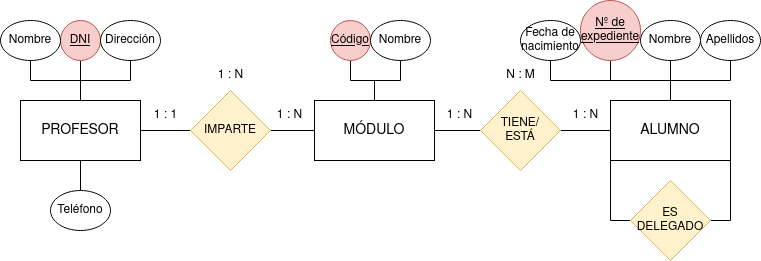
Earlier version of the draw.io export Unidad-2/Tareas/Tarea-5/images/Diagrama-tarea-5.drawio.png (IsaiasTolP/Base-Datos). Source tidied: cells renumbered, new cells last; positions are measured from the earlier drawing's top-left corner, leaving out a move shared by most shapes. Its diagram source:
```xml
<mxGraphModel>
  <root>
    <mxCell id="0" />
    <mxCell id="1" parent="0" />
    <mxCell id="2" value="MÓDULO" style="rounded=0;whiteSpace=wrap;html=1;fontSize=14;" parent="1" vertex="1">
      <mxGeometry x="314" y="100" width="120" height="60" as="geometry" />
    </mxCell>
    <mxCell id="3" value="PROFESOR" style="rounded=0;whiteSpace=wrap;html=1;fontSize=14;" parent="1" vertex="1">
      <mxGeometry x="20" y="100" width="120" height="60" as="geometry" />
    </mxCell>
    <mxCell id="4" style="edgeStyle=orthogonalEdgeStyle;rounded=0;jettySize=auto;html=1;exitX=1;exitY=1;exitDx=0;exitDy=0;entryX=1;entryY=0.5;entryDx=0;entryDy=0;endArrow=none;endFill=0;" parent="1" edge="1" source="6" target="39">
      <mxGeometry relative="1" as="geometry">
        <Array as="points">
          <mxPoint x="730" y="220" />
        </Array>
      </mxGeometry>
    </mxCell>
    <mxCell id="5" style="edgeStyle=orthogonalEdgeStyle;rounded=0;jettySize=auto;html=1;exitX=0;exitY=1;exitDx=0;exitDy=0;entryX=0;entryY=0.5;entryDx=0;entryDy=0;endArrow=none;endFill=0;" parent="1" edge="1" source="6" target="39">
      <mxGeometry relative="1" as="geometry" />
    </mxCell>
    <mxCell id="6" value="ALUMNO" style="rounded=0;whiteSpace=wrap;html=1;fontSize=14;" parent="1" vertex="1">
      <mxGeometry x="610" y="100" width="120" height="60" as="geometry" />
    </mxCell>
    <mxCell id="7" style="edgeStyle=orthogonalEdgeStyle;rounded=0;jettySize=auto;html=1;endArrow=none;endFill=0;" parent="1" edge="1" source="9" target="6">
      <mxGeometry relative="1" as="geometry" />
    </mxCell>
    <mxCell id="8" style="edgeStyle=orthogonalEdgeStyle;rounded=0;jettySize=auto;html=1;endArrow=none;endFill=0;" parent="1" edge="1" source="9" target="2">
      <mxGeometry relative="1" as="geometry" />
    </mxCell>
    <mxCell id="9" value="TIENE/&lt;br&gt;ESTÁ" style="rhombus;whiteSpace=wrap;html=1;fillColor=#fff2cc;strokeColor=#d6b656;" parent="1" vertex="1">
      <mxGeometry x="480" y="90" width="80" height="80" as="geometry" />
    </mxCell>
    <mxCell id="10" style="edgeStyle=orthogonalEdgeStyle;rounded=0;jettySize=auto;html=1;endArrow=none;endFill=0;" parent="1" edge="1" source="12" target="2">
      <mxGeometry relative="1" as="geometry" />
    </mxCell>
    <mxCell id="11" style="edgeStyle=orthogonalEdgeStyle;rounded=0;jettySize=auto;html=1;endArrow=none;endFill=0;" parent="1" edge="1" source="12" target="3">
      <mxGeometry relative="1" as="geometry" />
    </mxCell>
    <mxCell id="12" value="IMPARTE" style="rhombus;whiteSpace=wrap;html=1;fillColor=#fff2cc;strokeColor=#d6b656;" parent="1" vertex="1">
      <mxGeometry x="190" y="90" width="80" height="80" as="geometry" />
    </mxCell>
    <mxCell id="13" style="edgeStyle=orthogonalEdgeStyle;rounded=0;jettySize=auto;html=1;endArrow=none;endFill=0;" parent="1" edge="1" source="14" target="3">
      <mxGeometry relative="1" as="geometry" />
    </mxCell>
    <mxCell id="14" value="DNI" style="ellipse;whiteSpace=wrap;html=1;fillColor=#f8cecc;strokeColor=#b85450;fontStyle=4;" parent="1" vertex="1">
      <mxGeometry x="60" y="20" width="40" height="40" as="geometry" />
    </mxCell>
    <mxCell id="15" style="edgeStyle=orthogonalEdgeStyle;rounded=0;jettySize=auto;html=1;endArrow=none;endFill=0;" parent="1" edge="1" source="16" target="3">
      <mxGeometry relative="1" as="geometry" />
    </mxCell>
    <mxCell id="16" value="Dirección" style="ellipse;whiteSpace=wrap;html=1;" parent="1" vertex="1">
      <mxGeometry x="100" y="20" width="60" height="40" as="geometry" />
    </mxCell>
    <mxCell id="17" style="edgeStyle=orthogonalEdgeStyle;rounded=0;jettySize=auto;html=1;endArrow=none;endFill=0;" parent="1" edge="1" source="18" target="3">
      <mxGeometry relative="1" as="geometry" />
    </mxCell>
    <mxCell id="18" value="Nombre" style="ellipse;whiteSpace=wrap;html=1;" parent="1" vertex="1">
      <mxGeometry y="20" width="60" height="40" as="geometry" />
    </mxCell>
    <mxCell id="19" style="edgeStyle=orthogonalEdgeStyle;rounded=0;jettySize=auto;html=1;endArrow=none;endFill=0;" parent="1" edge="1" source="20" target="3">
      <mxGeometry relative="1" as="geometry" />
    </mxCell>
    <mxCell id="20" value="Teléfono" style="ellipse;whiteSpace=wrap;html=1;" parent="1" vertex="1">
      <mxGeometry x="50" y="190" width="60" height="40" as="geometry" />
    </mxCell>
    <mxCell id="21" style="edgeStyle=orthogonalEdgeStyle;rounded=0;jettySize=auto;html=1;endArrow=none;endFill=0;" parent="1" edge="1" source="22" target="2">
      <mxGeometry relative="1" as="geometry" />
    </mxCell>
    <mxCell id="22" value="Código" style="ellipse;whiteSpace=wrap;html=1;fillColor=#f8cecc;strokeColor=#b85450;fontStyle=4;" parent="1" vertex="1">
      <mxGeometry x="330" y="20" width="40" height="40" as="geometry" />
    </mxCell>
    <mxCell id="23" style="edgeStyle=orthogonalEdgeStyle;rounded=0;jettySize=auto;html=1;endArrow=none;endFill=0;" parent="1" edge="1" source="24" target="2">
      <mxGeometry relative="1" as="geometry" />
    </mxCell>
    <mxCell id="24" value="Nombre" style="ellipse;whiteSpace=wrap;html=1;" parent="1" vertex="1">
      <mxGeometry x="370" y="20" width="60" height="40" as="geometry" />
    </mxCell>
    <mxCell id="25" style="edgeStyle=orthogonalEdgeStyle;rounded=0;jettySize=auto;html=1;endArrow=none;endFill=0;" parent="1" edge="1" source="26" target="6">
      <mxGeometry relative="1" as="geometry" />
    </mxCell>
    <mxCell id="26" value="Nº de expediente" style="ellipse;whiteSpace=wrap;html=1;fillColor=#f8cecc;strokeColor=#b85450;fontStyle=4;" parent="1" vertex="1">
      <mxGeometry x="580" width="60" height="60" as="geometry" />
    </mxCell>
    <mxCell id="27" style="edgeStyle=orthogonalEdgeStyle;rounded=0;jettySize=auto;html=1;endArrow=none;endFill=0;" parent="1" edge="1" source="28" target="6">
      <mxGeometry relative="1" as="geometry" />
    </mxCell>
    <mxCell id="28" value="Nombre" style="ellipse;whiteSpace=wrap;html=1;" parent="1" vertex="1">
      <mxGeometry x="640" y="20" width="60" height="40" as="geometry" />
    </mxCell>
    <mxCell id="29" style="edgeStyle=orthogonalEdgeStyle;rounded=0;jettySize=auto;html=1;endArrow=none;endFill=0;" parent="1" edge="1" source="30" target="6">
      <mxGeometry relative="1" as="geometry" />
    </mxCell>
    <mxCell id="30" value="Apellidos" style="ellipse;whiteSpace=wrap;html=1;" parent="1" vertex="1">
      <mxGeometry x="700" y="20" width="60" height="40" as="geometry" />
    </mxCell>
    <mxCell id="31" style="edgeStyle=orthogonalEdgeStyle;rounded=0;jettySize=auto;html=1;exitX=0.5;exitY=1;exitDx=0;exitDy=0;entryX=0.5;entryY=0;entryDx=0;entryDy=0;endArrow=none;endFill=0;" parent="1" edge="1" source="32" target="6">
      <mxGeometry relative="1" as="geometry" />
    </mxCell>
    <mxCell id="32" value="Fecha de nacimiento" style="ellipse;whiteSpace=wrap;html=1;" parent="1" vertex="1">
      <mxGeometry x="520" y="20" width="60" height="40" as="geometry" />
    </mxCell>
    <mxCell id="33" value="1 : N" style="text;html=1;align=center;verticalAlign=middle;strokeColor=none;fillColor=none;" parent="1" vertex="1">
      <mxGeometry x="264" y="100" width="50" height="30" as="geometry" />
    </mxCell>
    <mxCell id="34" value="1 : 1" style="text;html=1;align=center;verticalAlign=middle;strokeColor=none;fillColor=none;" parent="1" vertex="1">
      <mxGeometry x="140" y="100" width="50" height="30" as="geometry" />
    </mxCell>
    <mxCell id="35" value="1 : N" style="text;html=1;align=center;verticalAlign=middle;strokeColor=none;fillColor=none;" parent="1" vertex="1">
      <mxGeometry x="205" y="60" width="50" height="30" as="geometry" />
    </mxCell>
    <mxCell id="36" value="1 : N" style="text;html=1;align=center;verticalAlign=middle;strokeColor=none;fillColor=none;" parent="1" vertex="1">
      <mxGeometry x="560" y="100" width="50" height="30" as="geometry" />
    </mxCell>
    <mxCell id="37" value="1 : N" style="text;html=1;align=center;verticalAlign=middle;strokeColor=none;fillColor=none;" parent="1" vertex="1">
      <mxGeometry x="434" y="100" width="50" height="30" as="geometry" />
    </mxCell>
    <mxCell id="38" value="N : M" style="text;html=1;align=center;verticalAlign=middle;strokeColor=none;fillColor=none;" parent="1" vertex="1">
      <mxGeometry x="495" y="60" width="50" height="30" as="geometry" />
    </mxCell>
    <mxCell id="39" value="ES DELEGADO" style="rhombus;whiteSpace=wrap;html=1;fillColor=#fff2cc;strokeColor=#d6b656;" parent="1" vertex="1">
      <mxGeometry x="630" y="180" width="80" height="80" as="geometry" />
    </mxCell>
  </root>
</mxGraphModel>
```
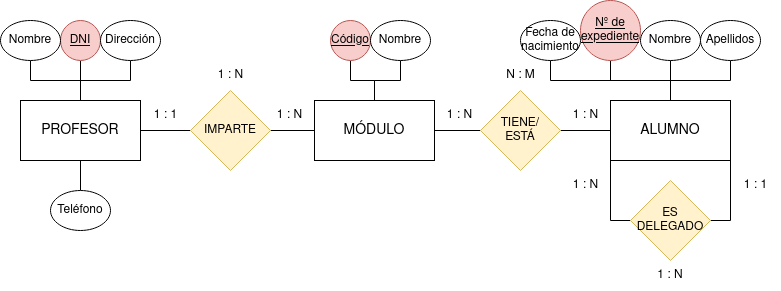
The same file after the commit.

The edit, as a diff of the source:
```diff
@@ -120,5 +120,14 @@
     <mxCell id="39" value="ES DELEGADO" style="rhombus;whiteSpace=wrap;html=1;fillColor=#fff2cc;strokeColor=#d6b656;" parent="1" vertex="1">
       <mxGeometry x="630" y="180" width="80" height="80" as="geometry" />
     </mxCell>
+    <mxCell id="40" value="1 : 1" style="text;html=1;align=center;verticalAlign=middle;strokeColor=none;fillColor=none;" parent="1" vertex="1">
+      <mxGeometry x="730" y="170" width="50" height="30" as="geometry" />
+    </mxCell>
+    <mxCell id="41" value="1 : N" style="text;html=1;align=center;verticalAlign=middle;strokeColor=none;fillColor=none;" parent="1" vertex="1">
+      <mxGeometry x="560" y="170" width="50" height="30" as="geometry" />
+    </mxCell>
+    <mxCell id="42" value="1 : N" style="text;html=1;strokeColor=none;fillColor=none;align=center;verticalAlign=middle;whiteSpace=wrap;rounded=0;" parent="1" vertex="1">
+      <mxGeometry x="640" y="260" width="60" height="30" as="geometry" />
+    </mxCell>
   </root>
 </mxGraphModel>
```
